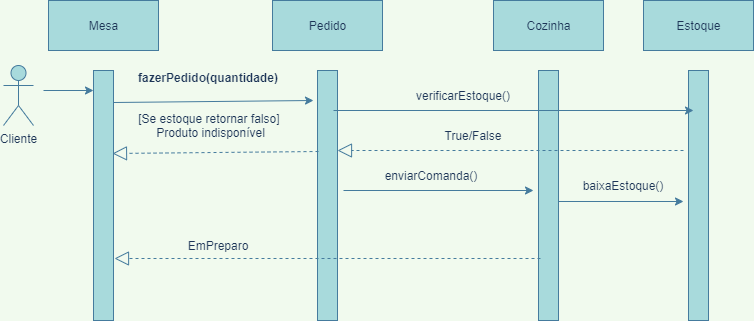
The draw.io diagram SequênciaMóduloPedido.drawio.png in hinname/project-Restaurant, before a commit. Source tidied: cells renumbered, new cells last; positions are measured from the earlier drawing's top-left corner, leaving out a move shared by most shapes.
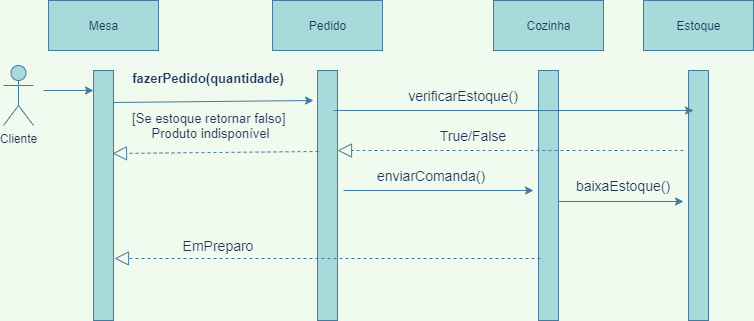
After the commit.

Change to the diagram source:
```diff
@@ -23,16 +23,16 @@
     <mxCell id="8" style="html=1;points=[];perimeter=orthogonalPerimeter;fillColor=#A8DADC;strokeColor=#457B9D;fontColor=#1D3557;" parent="1" vertex="1">
       <mxGeometry x="535" y="70" width="20" height="250" as="geometry" />
     </mxCell>
-    <mxCell id="9" value="fazerPedido(quantidade)" style="text;align=center;fontStyle=1;verticalAlign=middle;spacingLeft=3;spacingRight=3;strokeColor=none;fontColor=#1D3557;" parent="1" vertex="1">
+    <mxCell id="9" value="fazerPedido(quantidade)" style="text;align=center;fontStyle=1;verticalAlign=middle;spacingLeft=3;spacingRight=3;strokeColor=none;fontColor=#1D3557;fontSize=13;" parent="1" vertex="1">
       <mxGeometry x="120" y="64" width="170" height="26" as="geometry" />
     </mxCell>
-    <mxCell id="10" value="enviarComanda()" style="text;html=1;strokeColor=none;fillColor=none;align=center;verticalAlign=middle;whiteSpace=wrap;rounded=0;fontColor=#1D3557;" parent="1" vertex="1">
+    <mxCell id="10" value="enviarComanda()" style="text;html=1;strokeColor=none;fillColor=none;align=center;verticalAlign=middle;whiteSpace=wrap;rounded=0;fontColor=#1D3557;fontSize=14;" parent="1" vertex="1">
       <mxGeometry x="360" y="160" width="136" height="30" as="geometry" />
     </mxCell>
     <mxCell id="11" style="endArrow=block;dashed=1;endFill=0;endSize=12;html=1;rounded=0;entryX=1.05;entryY=0.752;entryDx=0;entryDy=0;entryPerimeter=0;exitX=0.1;exitY=0.752;exitDx=0;exitDy=0;exitPerimeter=0;labelBackgroundColor=#F1FAEE;strokeColor=#457B9D;fontColor=#1D3557;" parent="1" edge="1" source="8" target="3">
       <mxGeometry relative="1" as="geometry" />
     </mxCell>
-    <mxCell id="12" value="EmPreparo" style="text;html=1;strokeColor=none;fillColor=none;align=center;verticalAlign=middle;whiteSpace=wrap;rounded=0;fontColor=#1D3557;" parent="1" vertex="1">
+    <mxCell id="12" value="EmPreparo" style="text;html=1;strokeColor=none;fillColor=none;align=center;verticalAlign=middle;whiteSpace=wrap;rounded=0;fontColor=#1D3557;fontSize=14;" parent="1" vertex="1">
       <mxGeometry x="150" y="230" width="130" height="30" as="geometry" />
     </mxCell>
     <mxCell id="13" value="Estoque" style="html=1;fillColor=#A8DADC;strokeColor=#457B9D;fontColor=#1D3557;" parent="1" vertex="1">
@@ -44,13 +44,13 @@
     <mxCell id="15" style="endArrow=block;dashed=1;endFill=0;endSize=12;html=1;rounded=0;entryX=0.95;entryY=0.332;entryDx=0;entryDy=0;entryPerimeter=0;exitX=0.05;exitY=0.324;exitDx=0;exitDy=0;exitPerimeter=0;labelBackgroundColor=#F1FAEE;strokeColor=#457B9D;fontColor=#1D3557;" parent="1" edge="1" source="6" target="3">
       <mxGeometry relative="1" as="geometry" />
     </mxCell>
-    <mxCell id="16" value="verificarEstoque()" style="text;html=1;strokeColor=none;fillColor=none;align=center;verticalAlign=middle;whiteSpace=wrap;rounded=0;fontColor=#1D3557;" parent="1" vertex="1">
+    <mxCell id="16" value="verificarEstoque()" style="text;html=1;strokeColor=none;fillColor=none;align=center;verticalAlign=middle;whiteSpace=wrap;rounded=0;fontColor=#1D3557;fontSize=14;" parent="1" vertex="1">
       <mxGeometry x="430" y="80" width="60" height="30" as="geometry" />
     </mxCell>
-    <mxCell id="17" value="[Se estoque retornar falso]&amp;nbsp; Produto indisponível" style="text;html=1;strokeColor=none;fillColor=none;align=center;verticalAlign=middle;whiteSpace=wrap;rounded=0;fontColor=#1D3557;" parent="1" vertex="1">
+    <mxCell id="17" value="[Se estoque retornar falso]&amp;nbsp; Produto indisponível" style="text;html=1;strokeColor=none;fillColor=none;align=center;verticalAlign=middle;whiteSpace=wrap;rounded=0;fontColor=#1D3557;fontSize=13;" parent="1" vertex="1">
       <mxGeometry x="125" y="100" width="165" height="50" as="geometry" />
     </mxCell>
-    <mxCell id="18" value="baixaEstoque()" style="text;html=1;strokeColor=none;fillColor=none;align=center;verticalAlign=middle;whiteSpace=wrap;rounded=0;fontColor=#1D3557;" parent="1" vertex="1">
+    <mxCell id="18" value="baixaEstoque()" style="text;html=1;strokeColor=none;fillColor=none;align=center;verticalAlign=middle;whiteSpace=wrap;rounded=0;fontColor=#1D3557;fontSize=14;" parent="1" vertex="1">
       <mxGeometry x="590" y="170" width="60" height="30" as="geometry" />
     </mxCell>
     <mxCell id="19" style="endArrow=block;dashed=1;endFill=0;endSize=12;html=1;rounded=0;labelBackgroundColor=#F1FAEE;strokeColor=#457B9D;fontColor=#1D3557;" parent="1" edge="1">
@@ -59,7 +59,7 @@
         <mxPoint x="334" y="150" as="targetPoint" />
       </mxGeometry>
     </mxCell>
-    <mxCell id="20" value="True/False" style="text;html=1;strokeColor=none;fillColor=none;align=center;verticalAlign=middle;whiteSpace=wrap;rounded=0;fontColor=#1D3557;" parent="1" vertex="1">
+    <mxCell id="20" value="True/False" style="text;html=1;strokeColor=none;fillColor=none;align=center;verticalAlign=middle;whiteSpace=wrap;rounded=0;fontColor=#1D3557;fontSize=14;" parent="1" vertex="1">
       <mxGeometry x="405" y="120" width="130" height="30" as="geometry" />
     </mxCell>
     <mxCell id="21" style="endArrow=classic;html=1;rounded=1;sketch=0;fontColor=#1D3557;strokeColor=#457B9D;fillColor=#A8DADC;curved=0;entryX=0;entryY=0.08;entryDx=0;entryDy=0;entryPerimeter=0;" parent="1" edge="1" target="3">
```
